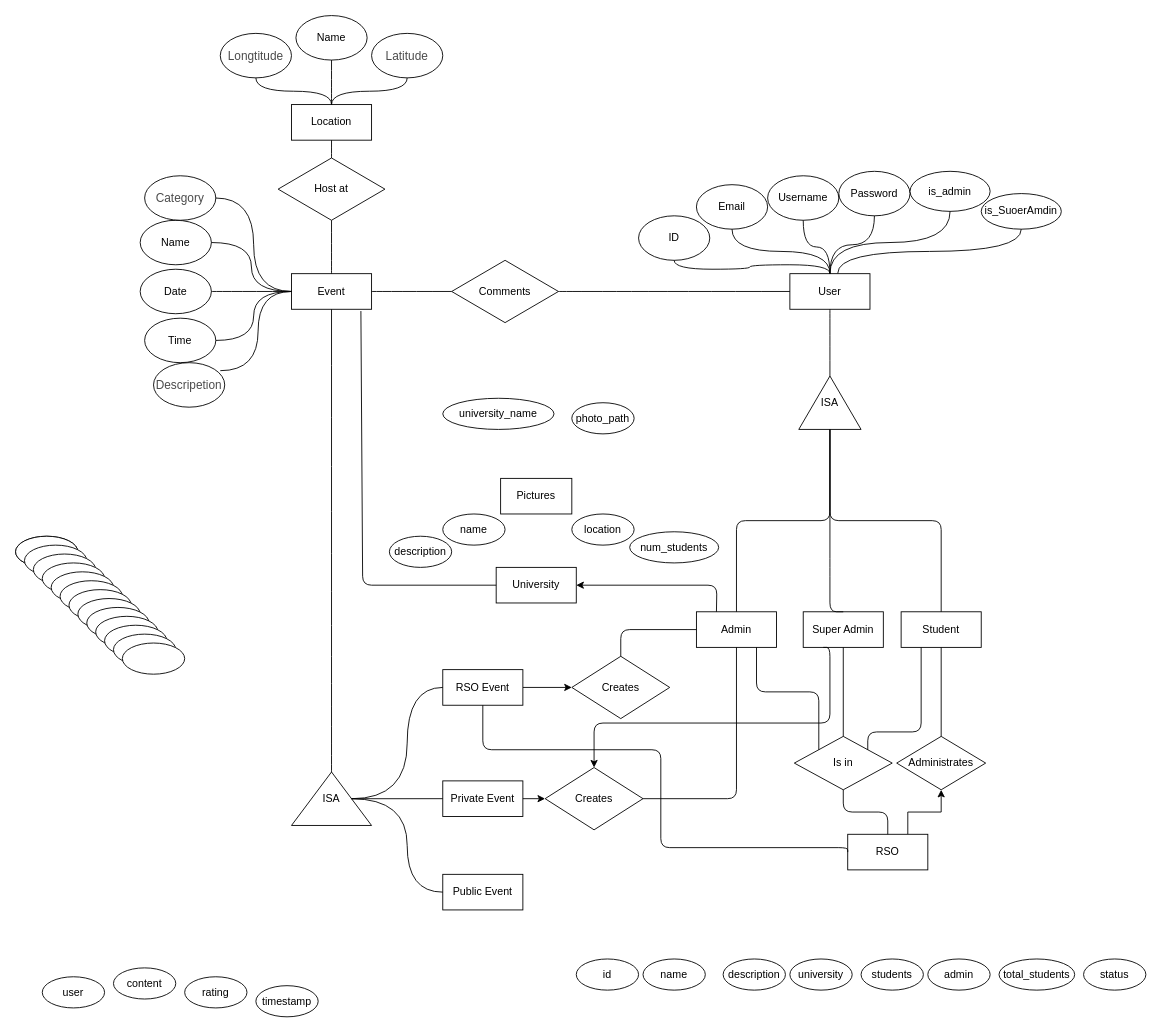
The draw.io diagram Untitled Diagram.drawio in yao1999/College-Event-Website, before the edit. Source tidied: cells renumbered, new cells numbered last; positions are measured from the earlier drawing's top-left corner, leaving out a move shared by most shapes. Both pictures are drawn from the tidied source at 89%, with x=0, y=0 at pixel (15, 15).
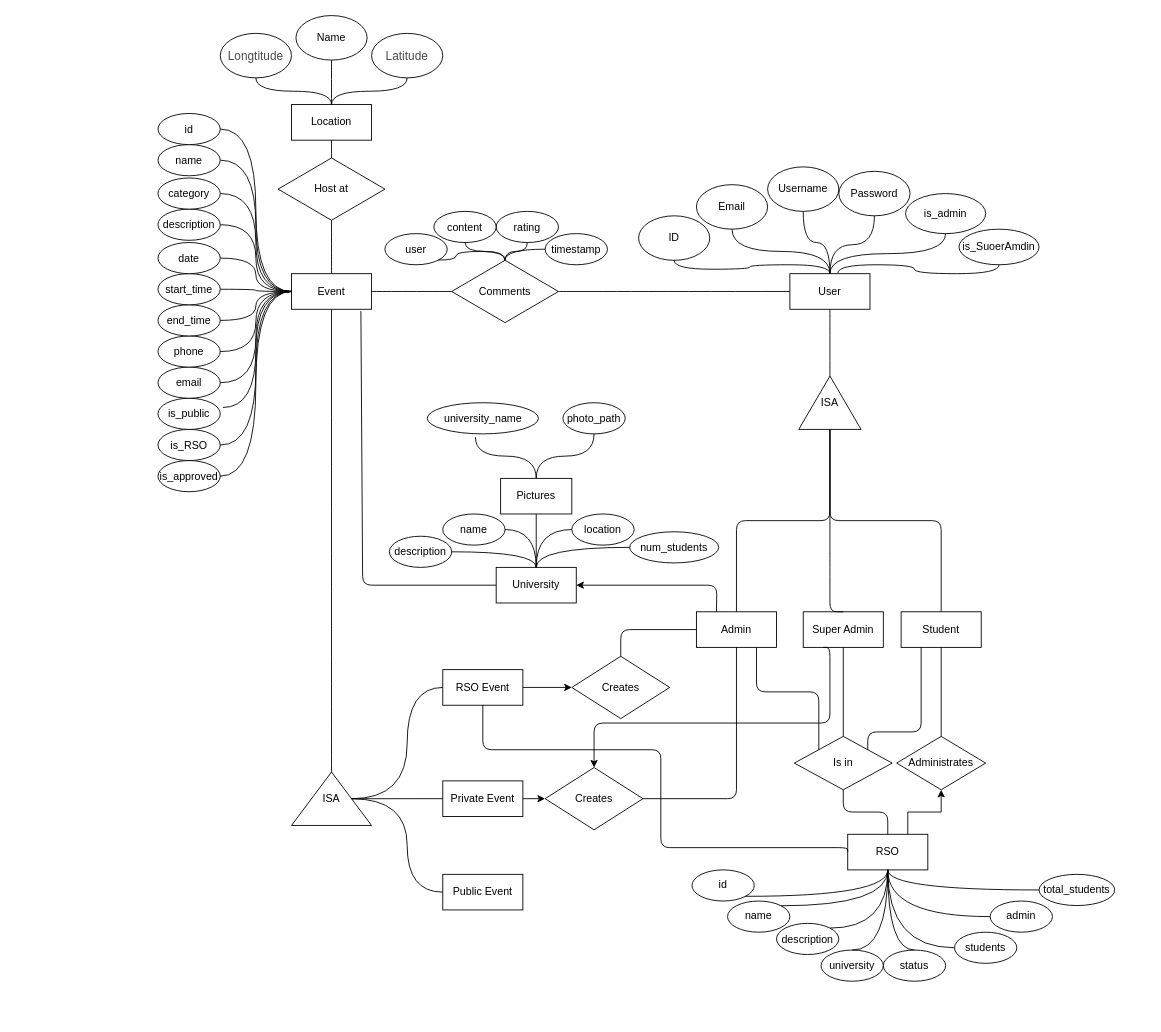
Above is the later version.

Unchanged cells that the change refers to:
```xml
<mxCell id="3" value="Event" style="rounded=0;whiteSpace=wrap;html=1;" parent="1" vertex="1">
  <mxGeometry x="310" y="290" width="90" height="40" as="geometry" />
</mxCell>
<mxCell id="13" value="RSO" style="rounded=0;whiteSpace=wrap;html=1;" parent="1" vertex="1">
  <mxGeometry x="935" y="919.9" width="90" height="40" as="geometry" />
</mxCell>
<mxCell id="14" value="University" style="rounded=0;whiteSpace=wrap;html=1;" parent="1" vertex="1">
  <mxGeometry x="540" y="620" width="90" height="40" as="geometry" />
</mxCell>
<mxCell id="18" value="Comments" style="rhombus;whiteSpace=wrap;html=1;" parent="1" vertex="1">
  <mxGeometry x="490" y="275" width="120" height="70" as="geometry" />
</mxCell>
<mxCell id="77" value="location" style="ellipse;whiteSpace=wrap;html=1;" parent="1" vertex="1">
  <mxGeometry x="625" y="560" width="70" height="35" as="geometry" />
</mxCell>
<mxCell id="81" value="num_students" style="ellipse;whiteSpace=wrap;html=1;" parent="1" vertex="1">
  <mxGeometry x="690" y="580" width="100" height="35" as="geometry" />
</mxCell>
<mxCell id="89" value="name" style="ellipse;whiteSpace=wrap;html=1;" parent="1" vertex="1">
  <mxGeometry x="480" y="560" width="70" height="35" as="geometry" />
</mxCell>
<mxCell id="90" value="description" style="ellipse;whiteSpace=wrap;html=1;" parent="1" vertex="1">
  <mxGeometry x="420" y="585" width="70" height="35" as="geometry" />
</mxCell>
<mxCell id="108" value="Pictures" style="rounded=0;whiteSpace=wrap;html=1;" parent="1" vertex="1">
  <mxGeometry x="545" y="520" width="80" height="40" as="geometry" />
</mxCell>
```

The edit, as a diff of the source:
```diff
@@
-    <mxCell id="23" value="Name" style="ellipse;whiteSpace=wrap;html=1;" parent="1" vertex="1">
-      <mxGeometry x="140" y="230" width="80" height="50" as="geometry" />
-    </mxCell>
@@
-    <mxCell id="26" value="Time" style="ellipse;whiteSpace=wrap;html=1;" parent="1" vertex="1">
-      <mxGeometry x="145" y="340" width="80" height="50" as="geometry" />
-    </mxCell>
-    <mxCell id="27" value="Date" style="ellipse;whiteSpace=wrap;html=1;" parent="1" vertex="1">
-      <mxGeometry x="140" y="285" width="80" height="50" as="geometry" />
-    </mxCell>
-    <mxCell id="28" value="&lt;span style=&quot;font-family: &amp;#34;noto_regular&amp;#34; ; color: rgb(75 , 75 , 75) ; font-size: 10pt&quot;&gt;Descripetion&lt;/span&gt;" style="ellipse;whiteSpace=wrap;html=1;" parent="1" vertex="1">
-      <mxGeometry x="155" y="390" width="80" height="50" as="geometry" />
-    </mxCell>
@@
-    <mxCell id="30" value="&lt;span style=&quot;font-family: &amp;#34;noto_regular&amp;#34; ; color: rgb(75 , 75 , 75) ; font-size: 10pt&quot;&gt;Category&lt;/span&gt;" style="ellipse;whiteSpace=wrap;html=1;" parent="1" vertex="1">
-      <mxGeometry x="145" y="180" width="80" height="50" as="geometry" />
-    </mxCell>
     <mxCell id="31" value="Username" style="ellipse;whiteSpace=wrap;html=1;" parent="1" vertex="1">
-      <mxGeometry x="845" y="180" width="80" height="50" as="geometry" />
+      <mxGeometry x="845" y="170" width="80" height="50" as="geometry" />
     </mxCell>
@@
-    <mxCell id="35" style="edgeStyle=orthogonalEdgeStyle;rounded=0;orthogonalLoop=1;jettySize=auto;html=1;exitX=0.5;exitY=1;exitDx=0;exitDy=0;" parent="1" edge="1" source="23" target="23">
-      <mxGeometry relative="1" as="geometry" />
+    <mxCell id="35" style="edgeStyle=orthogonalEdgeStyle;rounded=0;orthogonalLoop=1;jettySize=auto;html=1;exitX=0.5;exitY=1;exitDx=0;exitDy=0;" parent="1" edge="1">
+      <mxGeometry relative="1" as="geometry">
+        <mxPoint x="220" y="242.5" as="sourcePoint" />
+        <mxPoint x="220" y="242.5" as="targetPoint" />
+      </mxGeometry>
     </mxCell>
@@
-    <mxCell id="45" style="endArrow=none;html=1;exitX=1;exitY=0.5;exitDx=0;exitDy=0;entryX=0;entryY=0.5;entryDx=0;entryDy=0;edgeStyle=orthogonalEdgeStyle;curved=1;" parent="1" edge="1" source="30" target="3">
+    <mxCell id="45" style="endArrow=none;html=1;exitX=1;exitY=0.5;exitDx=0;exitDy=0;entryX=0;entryY=0.5;entryDx=0;entryDy=0;edgeStyle=orthogonalEdgeStyle;curved=1;" parent="1" edge="1" source="103" target="3">
       <mxGeometry relative="1" as="geometry" />
     </mxCell>
-    <mxCell id="46" style="endArrow=none;html=1;exitX=0;exitY=0.5;exitDx=0;exitDy=0;entryX=1;entryY=0.5;entryDx=0;entryDy=0;edgeStyle=orthogonalEdgeStyle;curved=1;" parent="1" edge="1" source="3" target="23">
+    <mxCell id="46" style="endArrow=none;html=1;exitX=0;exitY=0.5;exitDx=0;exitDy=0;entryX=1;entryY=0.5;entryDx=0;entryDy=0;edgeStyle=orthogonalEdgeStyle;curved=1;" parent="1" edge="1" source="3" target="102">
       <mxGeometry relative="1" as="geometry" />
     </mxCell>
-    <mxCell id="47" style="endArrow=none;html=1;exitX=1;exitY=0.5;exitDx=0;exitDy=0;entryX=0;entryY=0.5;entryDx=0;entryDy=0;edgeStyle=orthogonalEdgeStyle;curved=1;" parent="1" edge="1" source="27" target="3">
+    <mxCell id="47" style="endArrow=none;html=1;exitX=1;exitY=0.5;exitDx=0;exitDy=0;entryX=0;entryY=0.5;entryDx=0;entryDy=0;edgeStyle=orthogonalEdgeStyle;curved=1;" parent="1" edge="1" source="101" target="3">
       <mxGeometry relative="1" as="geometry" />
     </mxCell>
-    <mxCell id="48" style="endArrow=none;html=1;exitX=0.938;exitY=0.18;exitDx=0;exitDy=0;entryX=0;entryY=0.5;entryDx=0;entryDy=0;edgeStyle=orthogonalEdgeStyle;curved=1;exitPerimeter=0;" parent="1" edge="1" source="28" target="3">
+    <mxCell id="48" style="endArrow=none;html=1;exitX=1;exitY=0.5;exitDx=0;exitDy=0;entryX=0;entryY=0.5;entryDx=0;entryDy=0;edgeStyle=orthogonalEdgeStyle;curved=1;" parent="1" edge="1" source="99" target="3">
       <mxGeometry relative="1" as="geometry" />
     </mxCell>
-    <mxCell id="49" style="endArrow=none;html=1;exitX=1;exitY=0.5;exitDx=0;exitDy=0;entryX=0;entryY=0.5;entryDx=0;entryDy=0;edgeStyle=orthogonalEdgeStyle;curved=1;" parent="1" edge="1" source="26" target="3">
+    <mxCell id="49" style="endArrow=none;html=1;exitX=1;exitY=0.5;exitDx=0;exitDy=0;entryX=0;entryY=0.5;entryDx=0;entryDy=0;edgeStyle=orthogonalEdgeStyle;curved=1;" parent="1" edge="1" source="100" target="3">
       <mxGeometry relative="1" as="geometry" />
     </mxCell>
@@
     <mxCell id="72" value="is_admin" style="ellipse;whiteSpace=wrap;html=1;" parent="1" vertex="1">
-      <mxGeometry x="1005" y="175" width="90" height="45" as="geometry" />
+      <mxGeometry x="1000" y="200" width="90" height="45" as="geometry" />
     </mxCell>
     <mxCell id="73" value="is_SuoerAmdin" style="ellipse;whiteSpace=wrap;html=1;" parent="1" vertex="1">
-      <mxGeometry x="1085" y="200" width="90" height="40" as="geometry" />
+      <mxGeometry x="1060" y="240" width="90" height="40" as="geometry" />
     </mxCell>
@@
-    <mxCell id="76" style="ellipse;whiteSpace=wrap;html=1;" parent="1" vertex="1">
-      <mxGeometry y="585" width="70" height="35" as="geometry" />
-    </mxCell>
@@
     <mxCell id="78" value="status" style="ellipse;whiteSpace=wrap;html=1;" parent="1" vertex="1">
-      <mxGeometry x="1200" y="1060" width="70" height="35" as="geometry" />
+      <mxGeometry x="975" y="1050" width="70" height="35" as="geometry" />
     </mxCell>
     <mxCell id="79" value="photo_path" style="ellipse;whiteSpace=wrap;html=1;" parent="1" vertex="1">
-      <mxGeometry x="625" y="435" width="70" height="35" as="geometry" />
+      <mxGeometry x="615" y="435" width="70" height="35" as="geometry" />
     </mxCell>
     <mxCell id="80" value="university_name" style="ellipse;whiteSpace=wrap;html=1;" parent="1" vertex="1">
-      <mxGeometry x="480" y="430" width="125" height="35" as="geometry" />
+      <mxGeometry x="462.5" y="435" width="125" height="35" as="geometry" />
     </mxCell>
@@
     <mxCell id="82" value="total_students" style="ellipse;whiteSpace=wrap;html=1;" parent="1" vertex="1">
-      <mxGeometry x="1105" y="1060" width="85" height="35" as="geometry" />
+      <mxGeometry x="1150" y="964.9" width="85" height="35.1" as="geometry" />
     </mxCell>
     <mxCell id="83" value="admin" style="ellipse;whiteSpace=wrap;html=1;" parent="1" vertex="1">
-      <mxGeometry x="1025" y="1060" width="70" height="35" as="geometry" />
+      <mxGeometry x="1095" y="994.9" width="70" height="35" as="geometry" />
     </mxCell>
     <mxCell id="84" value="students" style="ellipse;whiteSpace=wrap;html=1;" parent="1" vertex="1">
-      <mxGeometry x="950" y="1060" width="70" height="35" as="geometry" />
+      <mxGeometry x="1055" y="1029.9" width="70" height="35" as="geometry" />
     </mxCell>
     <mxCell id="85" value="university" style="ellipse;whiteSpace=wrap;html=1;" parent="1" vertex="1">
-      <mxGeometry x="870" y="1060" width="70" height="35" as="geometry" />
+      <mxGeometry x="905" y="1050" width="70" height="35" as="geometry" />
     </mxCell>
     <mxCell id="86" value="description" style="ellipse;whiteSpace=wrap;html=1;" parent="1" vertex="1">
-      <mxGeometry x="795" y="1060" width="70" height="35" as="geometry" />
+      <mxGeometry x="855" y="1020" width="70" height="35" as="geometry" />
     </mxCell>
     <mxCell id="87" value="name" style="ellipse;whiteSpace=wrap;html=1;" parent="1" vertex="1">
-      <mxGeometry x="705" y="1060" width="70" height="35" as="geometry" />
+      <mxGeometry x="800" y="994.9" width="70" height="35" as="geometry" />
     </mxCell>
     <mxCell id="88" value="id" style="ellipse;whiteSpace=wrap;html=1;" parent="1" vertex="1">
-      <mxGeometry x="630" y="1060" width="70" height="35" as="geometry" />
+      <mxGeometry x="760" y="959.9" width="70" height="35" as="geometry" />
     </mxCell>
@@
-    <mxCell id="91" style="ellipse;whiteSpace=wrap;html=1;" parent="1" vertex="1">
-      <mxGeometry y="585" width="70" height="35" as="geometry" />
+    <mxCell id="91" value="is_RSO" style="ellipse;whiteSpace=wrap;html=1;" parent="1" vertex="1">
+      <mxGeometry x="160" y="465" width="70" height="35" as="geometry" />
     </mxCell>
-    <mxCell id="92" style="ellipse;whiteSpace=wrap;html=1;" parent="1" vertex="1">
-      <mxGeometry x="10" y="595" width="70" height="35" as="geometry" />
-    </mxCell>
-    <mxCell id="93" style="ellipse;whiteSpace=wrap;html=1;" parent="1" vertex="1">
-      <mxGeometry x="20" y="605" width="70" height="35" as="geometry" />
+    <mxCell id="93" value="is_public" style="ellipse;whiteSpace=wrap;html=1;" parent="1" vertex="1">
+      <mxGeometry x="160" y="430" width="70" height="35" as="geometry" />
     </mxCell>
-    <mxCell id="94" style="ellipse;whiteSpace=wrap;html=1;" parent="1" vertex="1">
-      <mxGeometry x="30" y="615" width="70" height="35" as="geometry" />
+    <mxCell id="94" value="email" style="ellipse;whiteSpace=wrap;html=1;" parent="1" vertex="1">
+      <mxGeometry x="160" y="395" width="70" height="35" as="geometry" />
     </mxCell>
-    <mxCell id="95" style="ellipse;whiteSpace=wrap;html=1;" parent="1" vertex="1">
-      <mxGeometry x="40" y="625" width="70" height="35" as="geometry" />
+    <mxCell id="95" value="phone" style="ellipse;whiteSpace=wrap;html=1;" parent="1" vertex="1">
+      <mxGeometry x="160" y="360" width="70" height="35" as="geometry" />
     </mxCell>
-    <mxCell id="96" style="ellipse;whiteSpace=wrap;html=1;" parent="1" vertex="1">
-      <mxGeometry x="50" y="635" width="70" height="35" as="geometry" />
-    </mxCell>
-    <mxCell id="97" style="ellipse;whiteSpace=wrap;html=1;" parent="1" vertex="1">
-      <mxGeometry x="60" y="645" width="70" height="35" as="geometry" />
+    <mxCell id="97" value="end_time" style="ellipse;whiteSpace=wrap;html=1;" parent="1" vertex="1">
+      <mxGeometry x="160" y="325" width="70" height="35" as="geometry" />
     </mxCell>
-    <mxCell id="98" style="ellipse;whiteSpace=wrap;html=1;" parent="1" vertex="1">
-      <mxGeometry x="70" y="655" width="70" height="35" as="geometry" />
+    <mxCell id="98" value="start_time" style="ellipse;whiteSpace=wrap;html=1;" parent="1" vertex="1">
+      <mxGeometry x="160" y="290" width="70" height="35" as="geometry" />
     </mxCell>
-    <mxCell id="99" style="ellipse;whiteSpace=wrap;html=1;" parent="1" vertex="1">
-      <mxGeometry x="80" y="665" width="70" height="35" as="geometry" />
+    <mxCell id="99" value="date" style="ellipse;whiteSpace=wrap;html=1;" parent="1" vertex="1">
+      <mxGeometry x="160" y="255" width="70" height="35" as="geometry" />
     </mxCell>
-    <mxCell id="100" style="ellipse;whiteSpace=wrap;html=1;" parent="1" vertex="1">
-      <mxGeometry x="90" y="675" width="70" height="35" as="geometry" />
+    <mxCell id="100" value="description" style="ellipse;whiteSpace=wrap;html=1;" parent="1" vertex="1">
+      <mxGeometry x="160" y="217.5" width="70" height="35" as="geometry" />
     </mxCell>
-    <mxCell id="101" style="ellipse;whiteSpace=wrap;html=1;" parent="1" vertex="1">
-      <mxGeometry x="100" y="685" width="70" height="35" as="geometry" />
+    <mxCell id="101" value="category" style="ellipse;whiteSpace=wrap;html=1;" parent="1" vertex="1">
+      <mxGeometry x="160" y="182.5" width="70" height="35" as="geometry" />
     </mxCell>
-    <mxCell id="102" style="ellipse;whiteSpace=wrap;html=1;" parent="1" vertex="1">
-      <mxGeometry x="110" y="695" width="70" height="35" as="geometry" />
+    <mxCell id="102" value="name" style="ellipse;whiteSpace=wrap;html=1;" parent="1" vertex="1">
+      <mxGeometry x="160" y="145" width="70" height="35" as="geometry" />
     </mxCell>
-    <mxCell id="103" style="ellipse;whiteSpace=wrap;html=1;" parent="1" vertex="1">
-      <mxGeometry x="120" y="705" width="70" height="35" as="geometry" />
+    <mxCell id="103" value="id" style="ellipse;whiteSpace=wrap;html=1;" parent="1" vertex="1">
+      <mxGeometry x="160" y="110" width="70" height="35" as="geometry" />
     </mxCell>
     <mxCell id="104" value="timestamp" style="ellipse;whiteSpace=wrap;html=1;" parent="1" vertex="1">
-      <mxGeometry x="270" y="1090" width="70" height="35" as="geometry" />
+      <mxGeometry x="595" y="245" width="70" height="35" as="geometry" />
     </mxCell>
     <mxCell id="105" value="rating" style="ellipse;whiteSpace=wrap;html=1;" parent="1" vertex="1">
-      <mxGeometry x="190" y="1080" width="70" height="35" as="geometry" />
+      <mxGeometry x="540" y="220" width="70" height="35" as="geometry" />
     </mxCell>
     <mxCell id="106" value="content" style="ellipse;whiteSpace=wrap;html=1;" parent="1" vertex="1">
-      <mxGeometry x="110" y="1070" width="70" height="35" as="geometry" />
+      <mxGeometry x="470" y="220" width="70" height="35" as="geometry" />
     </mxCell>
     <mxCell id="107" value="user" style="ellipse;whiteSpace=wrap;html=1;" parent="1" vertex="1">
-      <mxGeometry x="30" y="1080" width="70" height="35" as="geometry" />
+      <mxGeometry x="415" y="245" width="70" height="35" as="geometry" />
     </mxCell>
@@
+    <mxCell id="109" value="is_approved" style="ellipse;whiteSpace=wrap;html=1;" parent="1" vertex="1">
+      <mxGeometry x="160" y="500" width="70" height="35" as="geometry" />
+    </mxCell>
+    <mxCell id="110" style="endArrow=none;html=1;exitX=0;exitY=0.5;exitDx=0;exitDy=0;entryX=1;entryY=0.5;entryDx=0;entryDy=0;edgeStyle=orthogonalEdgeStyle;curved=1;" parent="1" edge="1" source="3" target="98">
+      <mxGeometry relative="1" as="geometry" />
+    </mxCell>
+    <mxCell id="111" style="endArrow=none;html=1;edgeStyle=orthogonalEdgeStyle;curved=1;entryX=0;entryY=0.5;entryDx=0;entryDy=0;exitX=1;exitY=0.5;exitDx=0;exitDy=0;" parent="1" edge="1" source="109" target="3">
+      <mxGeometry relative="1" as="geometry" />
+    </mxCell>
+    <mxCell id="112" style="endArrow=none;html=1;edgeStyle=orthogonalEdgeStyle;curved=1;exitX=1;exitY=0.5;exitDx=0;exitDy=0;entryX=0;entryY=0.5;entryDx=0;entryDy=0;" parent="1" edge="1" source="91" target="3">
+      <mxGeometry relative="1" as="geometry" />
+    </mxCell>
+    <mxCell id="113" style="endArrow=none;html=1;edgeStyle=orthogonalEdgeStyle;curved=1;exitX=1.042;exitY=0.296;exitDx=0;exitDy=0;exitPerimeter=0;entryX=0;entryY=0.5;entryDx=0;entryDy=0;" parent="1" edge="1" source="93" target="3">
+      <mxGeometry relative="1" as="geometry" />
+    </mxCell>
+    <mxCell id="114" style="endArrow=none;html=1;edgeStyle=orthogonalEdgeStyle;curved=1;exitX=1;exitY=0.5;exitDx=0;exitDy=0;entryX=0;entryY=0.5;entryDx=0;entryDy=0;" parent="1" edge="1" source="94" target="3">
+      <mxGeometry relative="1" as="geometry" />
+    </mxCell>
+    <mxCell id="115" style="endArrow=none;html=1;edgeStyle=orthogonalEdgeStyle;curved=1;exitX=1;exitY=0.5;exitDx=0;exitDy=0;entryX=0;entryY=0.5;entryDx=0;entryDy=0;" parent="1" edge="1" source="95" target="3">
+      <mxGeometry relative="1" as="geometry" />
+    </mxCell>
+    <mxCell id="116" style="endArrow=none;html=1;edgeStyle=orthogonalEdgeStyle;curved=1;exitX=1;exitY=0.5;exitDx=0;exitDy=0;entryX=0;entryY=0.5;entryDx=0;entryDy=0;" parent="1" edge="1" source="97" target="3">
+      <mxGeometry relative="1" as="geometry" />
+    </mxCell>
+    <mxCell id="117" style="endArrow=none;html=1;edgeStyle=orthogonalEdgeStyle;curved=1;exitX=1;exitY=1;exitDx=0;exitDy=0;entryX=0.5;entryY=0;entryDx=0;entryDy=0;" parent="1" edge="1" source="107" target="18">
+      <mxGeometry relative="1" as="geometry" />
+    </mxCell>
+    <mxCell id="118" style="endArrow=none;html=1;edgeStyle=orthogonalEdgeStyle;curved=1;exitX=0.5;exitY=0;exitDx=0;exitDy=0;entryX=0;entryY=0.5;entryDx=0;entryDy=0;" parent="1" edge="1" source="18" target="104">
+      <mxGeometry relative="1" as="geometry" />
+    </mxCell>
+    <mxCell id="119" style="endArrow=none;html=1;edgeStyle=orthogonalEdgeStyle;curved=1;exitX=0.5;exitY=1;exitDx=0;exitDy=0;entryX=0.5;entryY=0;entryDx=0;entryDy=0;" parent="1" edge="1" source="105" target="18">
+      <mxGeometry relative="1" as="geometry" />
+    </mxCell>
+    <mxCell id="120" style="endArrow=none;html=1;edgeStyle=orthogonalEdgeStyle;curved=1;exitX=0.5;exitY=0;exitDx=0;exitDy=0;entryX=0.5;entryY=1;entryDx=0;entryDy=0;" parent="1" edge="1" source="18" target="106">
+      <mxGeometry relative="1" as="geometry" />
+    </mxCell>
+    <mxCell id="121" style="endArrow=none;html=1;edgeStyle=orthogonalEdgeStyle;curved=1;exitX=0.5;exitY=0;exitDx=0;exitDy=0;entryX=0.5;entryY=1;entryDx=0;entryDy=0;" parent="1" edge="1" source="108" target="79">
+      <mxGeometry relative="1" as="geometry" />
+    </mxCell>
+    <mxCell id="122" style="endArrow=none;html=1;edgeStyle=orthogonalEdgeStyle;curved=1;exitX=0.5;exitY=0;exitDx=0;exitDy=0;entryX=0.433;entryY=1.103;entryDx=0;entryDy=0;entryPerimeter=0;" parent="1" edge="1" source="108" target="80">
+      <mxGeometry relative="1" as="geometry" />
+    </mxCell>
+    <mxCell id="123" style="endArrow=none;html=1;exitX=0.5;exitY=0;exitDx=0;exitDy=0;entryX=0.5;entryY=1;entryDx=0;entryDy=0;" parent="1" edge="1" source="14" target="108">
+      <mxGeometry relative="1" as="geometry" />
+    </mxCell>
+    <mxCell id="124" style="endArrow=none;html=1;edgeStyle=orthogonalEdgeStyle;curved=1;entryX=0.5;entryY=0;entryDx=0;entryDy=0;exitX=1;exitY=0.5;exitDx=0;exitDy=0;" parent="1" edge="1" source="89" target="14">
+      <mxGeometry relative="1" as="geometry" />
+    </mxCell>
+    <mxCell id="125" style="endArrow=none;html=1;edgeStyle=orthogonalEdgeStyle;curved=1;entryX=0;entryY=0.5;entryDx=0;entryDy=0;exitX=0.5;exitY=0;exitDx=0;exitDy=0;" parent="1" edge="1" source="14" target="77">
+      <mxGeometry relative="1" as="geometry" />
+    </mxCell>
+    <mxCell id="126" style="endArrow=none;html=1;edgeStyle=orthogonalEdgeStyle;curved=1;exitX=0.5;exitY=0;exitDx=0;exitDy=0;entryX=1;entryY=0.5;entryDx=0;entryDy=0;" parent="1" edge="1" source="14" target="90">
+      <mxGeometry relative="1" as="geometry" />
+    </mxCell>
+    <mxCell id="127" style="endArrow=none;html=1;edgeStyle=orthogonalEdgeStyle;curved=1;exitX=0.5;exitY=0;exitDx=0;exitDy=0;entryX=0;entryY=0.5;entryDx=0;entryDy=0;" parent="1" edge="1" source="14" target="81">
+      <mxGeometry relative="1" as="geometry" />
+    </mxCell>
+    <mxCell id="128" style="edgeStyle=orthogonalEdgeStyle;curved=1;rounded=0;orthogonalLoop=1;jettySize=auto;html=1;exitX=0.5;exitY=1;exitDx=0;exitDy=0;" parent="1" edge="1" source="87" target="87">
+      <mxGeometry relative="1" as="geometry" />
+    </mxCell>
+    <mxCell id="129" style="endArrow=none;html=1;edgeStyle=orthogonalEdgeStyle;curved=1;entryX=0.5;entryY=1;entryDx=0;entryDy=0;exitX=1;exitY=1;exitDx=0;exitDy=0;" parent="1" edge="1" source="88" target="13">
+      <mxGeometry relative="1" as="geometry" />
+    </mxCell>
+    <mxCell id="130" style="endArrow=none;html=1;edgeStyle=orthogonalEdgeStyle;curved=1;entryX=0.5;entryY=1;entryDx=0;entryDy=0;exitX=1;exitY=0;exitDx=0;exitDy=0;" parent="1" edge="1" source="87" target="13">
+      <mxGeometry relative="1" as="geometry" />
+    </mxCell>
+    <mxCell id="131" style="endArrow=none;html=1;edgeStyle=orthogonalEdgeStyle;curved=1;entryX=0.5;entryY=1;entryDx=0;entryDy=0;exitX=0.5;exitY=0;exitDx=0;exitDy=0;" parent="1" edge="1" source="78" target="13">
+      <mxGeometry relative="1" as="geometry">
+        <Array as="points">
+          <mxPoint x="980" y="1050" />
+        </Array>
+      </mxGeometry>
+    </mxCell>
+    <mxCell id="132" style="endArrow=none;html=1;edgeStyle=orthogonalEdgeStyle;curved=1;entryX=0.5;entryY=1;entryDx=0;entryDy=0;exitX=0.5;exitY=0;exitDx=0;exitDy=0;" parent="1" edge="1" source="85" target="13">
+      <mxGeometry relative="1" as="geometry">
+        <Array as="points">
+          <mxPoint x="980" y="1050" />
+        </Array>
+      </mxGeometry>
+    </mxCell>
+    <mxCell id="133" style="endArrow=none;html=1;edgeStyle=orthogonalEdgeStyle;curved=1;entryX=0.5;entryY=1;entryDx=0;entryDy=0;exitX=1;exitY=0;exitDx=0;exitDy=0;" parent="1" edge="1" source="86" target="13">
+      <mxGeometry relative="1" as="geometry" />
+    </mxCell>
+    <mxCell id="134" style="endArrow=none;html=1;edgeStyle=orthogonalEdgeStyle;curved=1;exitX=0.5;exitY=1;exitDx=0;exitDy=0;entryX=0;entryY=0.5;entryDx=0;entryDy=0;" parent="1" edge="1" source="13" target="82">
+      <mxGeometry relative="1" as="geometry" />
+    </mxCell>
+    <mxCell id="135" style="endArrow=none;html=1;edgeStyle=orthogonalEdgeStyle;curved=1;exitX=0.5;exitY=1;exitDx=0;exitDy=0;entryX=0;entryY=0.5;entryDx=0;entryDy=0;" parent="1" edge="1" source="13" target="83">
+      <mxGeometry relative="1" as="geometry" />
+    </mxCell>
+    <mxCell id="136" style="endArrow=none;html=1;edgeStyle=orthogonalEdgeStyle;curved=1;exitX=0.5;exitY=1;exitDx=0;exitDy=0;entryX=0;entryY=0.5;entryDx=0;entryDy=0;" parent="1" edge="1" source="13" target="84">
+      <mxGeometry relative="1" as="geometry" />
+    </mxCell>
```
